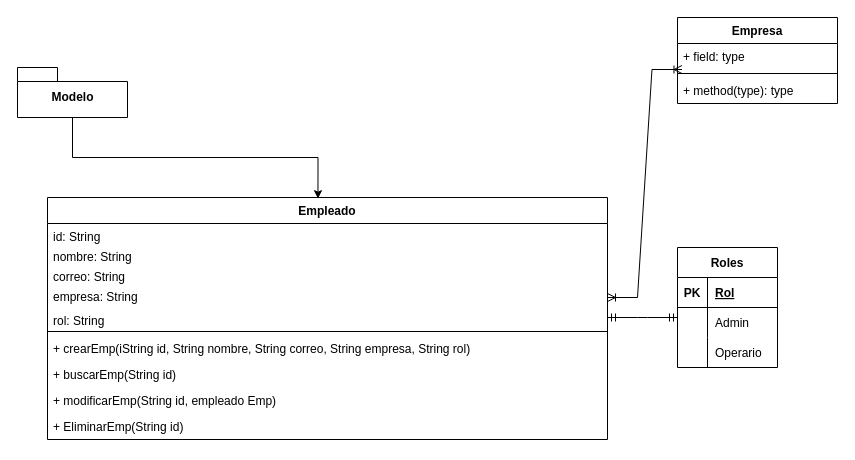
The draw.io diagram ModeladoEmpleado.drawio in creativemindsmintic/app, before the edit. Source tidied: cells renumbered, new cells numbered last; positions are measured from the earlier drawing's top-left corner, leaving out a move shared by most shapes. Both pictures are drawn from the tidied source at 100%, with x=0, y=0 at pixel (17, 17).
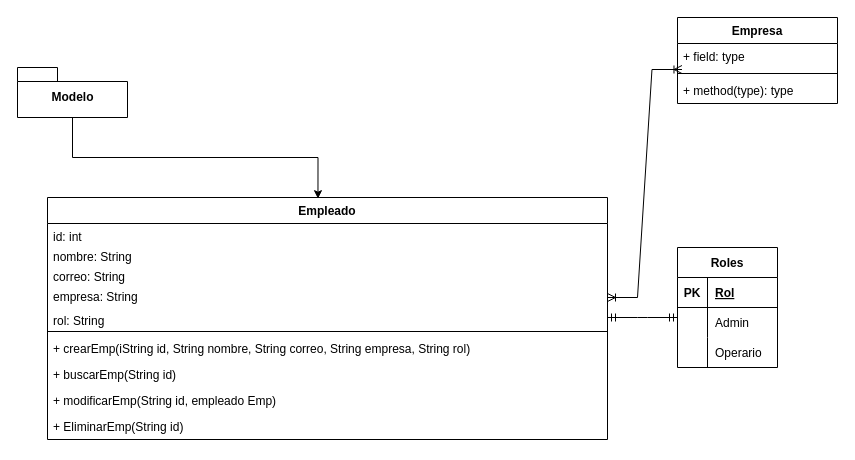
The same diagram, later.

Unchanged cells that the change refers to:
```xml
<mxCell id="2" value="Empleado" style="swimlane;fontStyle=1;align=center;verticalAlign=top;horizontal=1;startSize=26;" parent="1" vertex="1">
  <mxGeometry x="30" y="180" width="560" height="242" as="geometry" />
</mxCell>
```

What changed in the source:
```diff
@@
-    <mxCell id="3" value="id: String" style="text;align=left;verticalAlign=top;spacingLeft=4;spacingRight=4;overflow=hidden;" parent="2" vertex="1">
+    <mxCell id="3" value="id: int" style="text;align=left;verticalAlign=top;spacingLeft=4;spacingRight=4;overflow=hidden;" parent="2" vertex="1">
       <mxGeometry y="26" width="560" height="20" as="geometry" />
     </mxCell>
```
